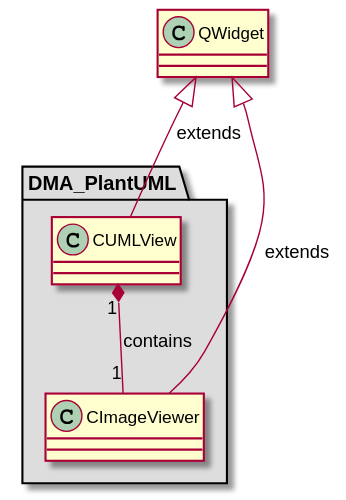
svlad-90/DLT-Message-Analyzer keeps this PlantUML diagram as md/dev_docs/puml/DMA_PlantUML_standalone.svg. Above is the earlier version. The source it was exported from:
```plantuml
@startuml

skinparam wrapWidth 600
package "DMA_PlantUML" #DDDDDD
{

class "CImageViewer"
{
}

class "CUMLView"
{
}

}

QWidget <|-- CImageViewer : extends
QWidget <|-- CUMLView : extends

CUMLView "1" *-- "1" CImageViewer : contains

@enduml
```
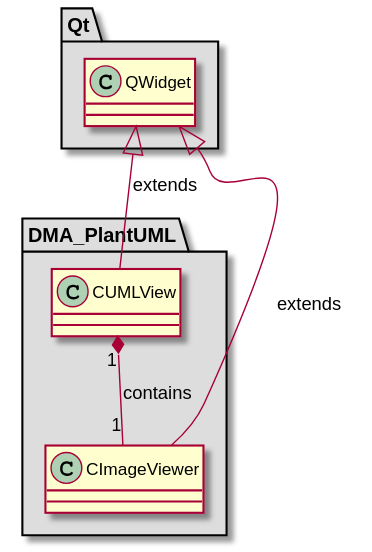
Later version of the same file.

What changed in the source:
```diff
@@ -14,6 +14,15 @@
 
 }
 
+package "Qt" #DDDDDD
+{
+
+class "QWidget"
+{
+}
+
+}
+
 QWidget <|-- CImageViewer : extends
 QWidget <|-- CUMLView : extends
 
```
